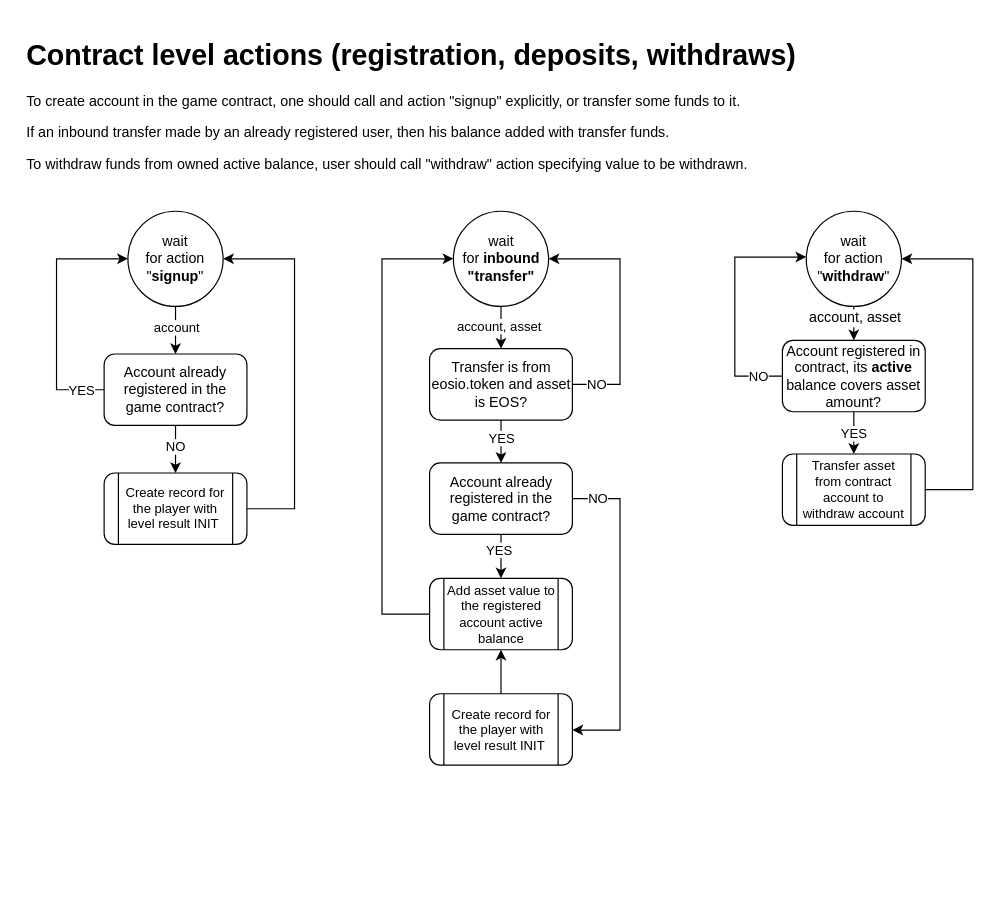
Before: page "contract" (3 of 14) of ia/WOFFLER IA.drawio in cptn-solo/woffler_contract, a draw.io diagram. Source tidied: cells renumbered, new cells numbered last; positions are measured from the earlier drawing's top-left corner, leaving out a move shared by most shapes. Both pictures are drawn from the tidied source at 119%, with x=0, y=0 at pixel (20, 32).
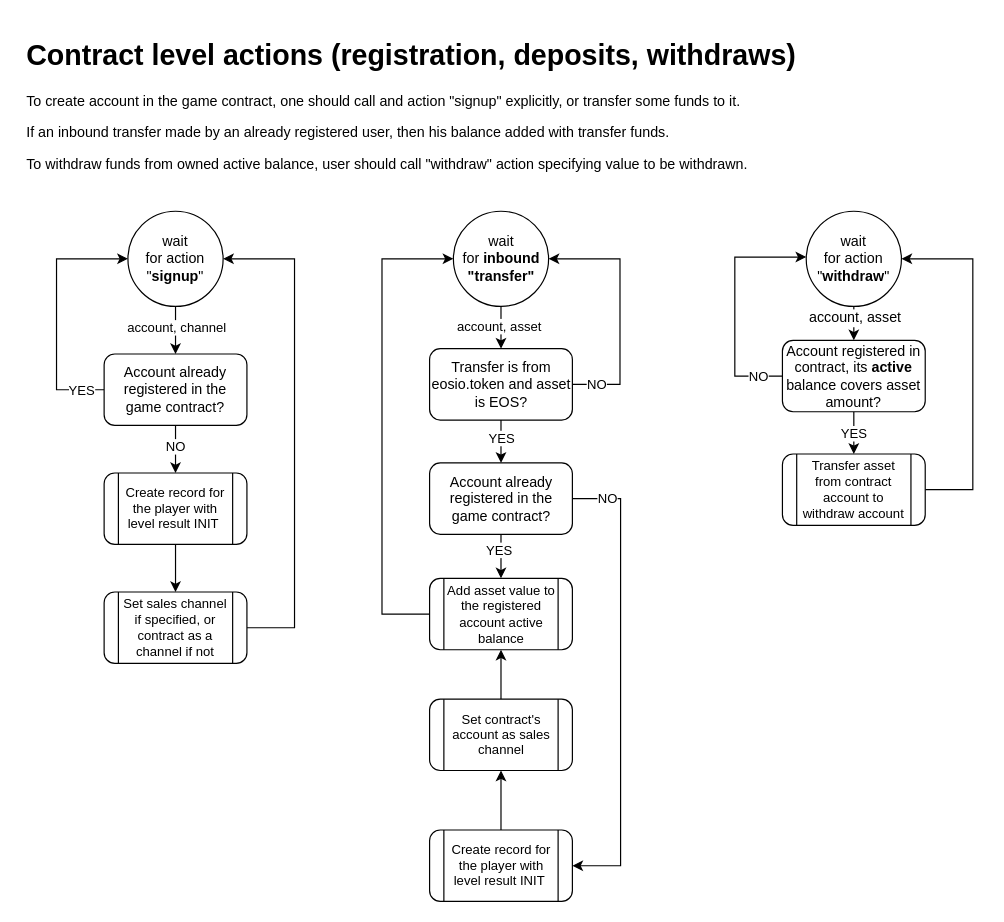
Above is the later version.

The change refers to these unchanged cells:
```xml
<mxCell id="11" style="edgeStyle=orthogonalEdgeStyle;rounded=0;jettySize=auto;html=1;fontSize=11;fontColor=#000000;" parent="1" edge="1" source="13" target="16">
  <mxGeometry relative="1" as="geometry" />
</mxCell>
<mxCell id="13" value="wait &lt;br&gt;for action&lt;br&gt;&quot;&lt;b&gt;signup&lt;/b&gt;&quot;" style="ellipse;whiteSpace=wrap;html=1;rounded=1;shadow=0;glass=0;strokeColor=#000000;fillColor=none;align=center;" parent="1" vertex="1">
  <mxGeometry x="90" y="150" width="80" height="80" as="geometry" />
</mxCell>
<mxCell id="18" value="Create record for the player with&lt;br&gt;level result INIT&amp;nbsp;&lt;br&gt;" style="shape=process;whiteSpace=wrap;html=1;backgroundOutline=1;labelBackgroundColor=none;fontSize=11;fontColor=#000000;rounded=1;" parent="1" vertex="1">
  <mxGeometry x="70" y="370" width="120" height="60" as="geometry" />
</mxCell>
<mxCell id="27" value="Account already registered in the game contract?" style="rounded=1;whiteSpace=wrap;html=1;shadow=0;glass=0;strokeColor=#000000;align=center;" parent="1" vertex="1">
  <mxGeometry x="343.5" y="361.5" width="120" height="60" as="geometry" />
</mxCell>
<mxCell id="29" value="Add asset value to the registered account active balance" style="shape=process;whiteSpace=wrap;html=1;backgroundOutline=1;labelBackgroundColor=none;fontSize=11;fontColor=#000000;rounded=1;" parent="1" vertex="1">
  <mxGeometry x="343.5" y="458.5" width="120" height="60" as="geometry" />
</mxCell>
```

Change to the diagram source:
```diff
@@
-    <mxCell id="12" value="account" style="text;html=1;align=center;verticalAlign=middle;labelBackgroundColor=#ffffff;fontSize=11;fontColor=#000000;" parent="11" vertex="1">
+    <mxCell id="12" value="account, channel" style="text;html=1;align=center;verticalAlign=middle;labelBackgroundColor=#ffffff;fontSize=11;fontColor=#000000;" parent="11" vertex="1">
       <mxGeometry x="-0.17" relative="1" as="geometry" />
     </mxCell>
@@
-    <mxCell id="17" style="edgeStyle=orthogonalEdgeStyle;rounded=0;jettySize=auto;html=1;" parent="1" edge="1" source="18" target="13">
+    <mxCell id="17" style="edgeStyle=orthogonalEdgeStyle;rounded=0;jettySize=auto;html=1;" parent="1" edge="1" source="37" target="13">
       <mxGeometry relative="1" as="geometry">
         <Array as="points">
-          <mxPoint x="230" y="400" />
+          <mxPoint x="230" y="500" />
           <mxPoint x="230" y="190" />
         </Array>
       </mxGeometry>
     </mxCell>
+    <mxCell id="36" style="edgeStyle=orthogonalEdgeStyle;rounded=0;jettySize=auto;html=1;" parent="1" edge="1" source="18" target="37">
+      <mxGeometry relative="1" as="geometry" />
+    </mxCell>
@@
+    <mxCell id="37" value="Set sales channel if specified, or contract as a channel if not&lt;br&gt;" style="shape=process;whiteSpace=wrap;html=1;backgroundOutline=1;labelBackgroundColor=none;fontSize=11;fontColor=#000000;rounded=1;" parent="1" vertex="1">
+      <mxGeometry x="70" y="470" width="120" height="60" as="geometry" />
+    </mxCell>
@@
     <mxCell id="26" value="NO" style="edgeStyle=orthogonalEdgeStyle;rounded=0;jettySize=auto;html=1;" parent="1" edge="1" source="27" target="31">
       <mxGeometry x="-0.85" relative="1" as="geometry">
         <Array as="points">
-          <mxPoint x="503.5" y="392" />
-          <mxPoint x="503.5" y="586" />
+          <mxPoint x="504" y="392" />
+          <mxPoint x="504" y="700" />
         </Array>
       </mxGeometry>
     </mxCell>
@@
-    <mxCell id="30" style="edgeStyle=orthogonalEdgeStyle;rounded=0;jettySize=auto;html=1;" parent="1" edge="1" source="31" target="29">
+    <mxCell id="30" style="edgeStyle=orthogonalEdgeStyle;rounded=0;jettySize=auto;html=1;" parent="1" edge="1" source="39" target="29">
       <mxGeometry relative="1" as="geometry" />
     </mxCell>
+    <mxCell id="38" style="edgeStyle=orthogonalEdgeStyle;rounded=0;jettySize=auto;html=1;" parent="1" edge="1" source="31" target="39">
+      <mxGeometry relative="1" as="geometry" />
+    </mxCell>
     <mxCell id="31" value="Create record for the player with&lt;br&gt;level result INIT&amp;nbsp;&lt;br&gt;" style="shape=process;whiteSpace=wrap;html=1;backgroundOutline=1;labelBackgroundColor=none;fontSize=11;fontColor=#000000;rounded=1;" parent="1" vertex="1">
-      <mxGeometry x="343.5" y="555.5" width="120" height="60" as="geometry" />
+      <mxGeometry x="343.5" y="670" width="120" height="60" as="geometry" />
     </mxCell>
+    <mxCell id="39" value="Set contract's account as sales channel&lt;br&gt;" style="shape=process;whiteSpace=wrap;html=1;backgroundOutline=1;labelBackgroundColor=none;fontSize=11;fontColor=#000000;rounded=1;" parent="1" vertex="1">
+      <mxGeometry x="343.5" y="560" width="120" height="60" as="geometry" />
+    </mxCell>
```
